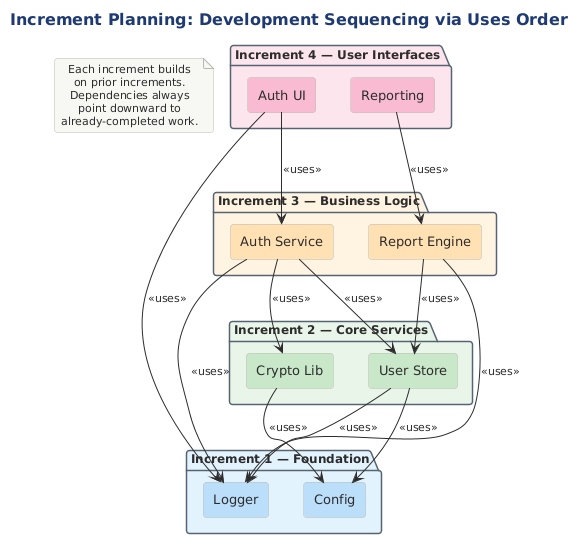
Notoriousjayy/latex-docs keeps this PlantUML diagram as src/architecture/views-and-beyond/style-catalogs/module/uses-style/png/increment-planning-dev-sequencing-via-uses.png. Above is the earlier version.
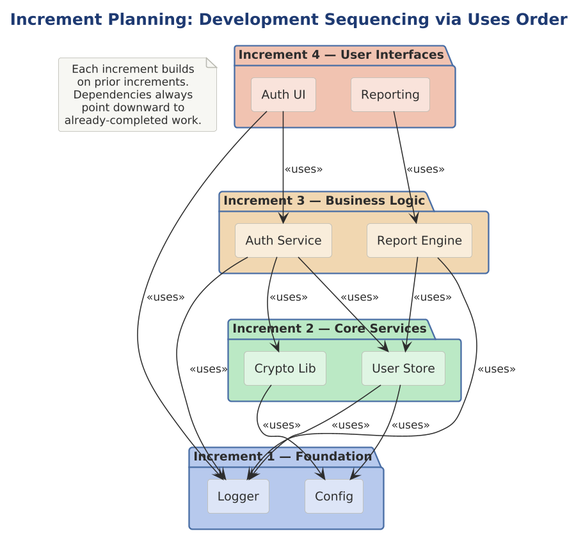
Above is the later version.

Diff of the diagram source:
```diff
@@ -1,32 +1,32 @@
 @startuml
 
-skinparam RectangleBorderColor #2C3E50
+skinparam dpi 150
+
+
+
+
 !include ../../../../../../tooling/styles/plantuml/structural/package-diagram-style.iuml
-
-skinparam RectangleFontSize 13
-skinparam PackageBorderColor #566573
-skinparam PackageBackgroundColor #FAFAFA
 
 title Increment Planning: Development Sequencing via Uses Order
 
-package "Increment 1 — Foundation" as I1 #E3F2FD {
-  rectangle "Config" as A #BBDEFB
-  rectangle "Logger" as B #BBDEFB
+package "Increment 1 — Foundation" as I1 $deep_primary {
+  rectangle "Config" as A $fill_primary
+  rectangle "Logger" as B $fill_primary
 }
 
-package "Increment 2 — Core Services" as I2 #E8F5E9 {
-  rectangle "User Store" as C #C8E6C9
-  rectangle "Crypto Lib" as D #C8E6C9
+package "Increment 2 — Core Services" as I2 $deep_ok {
+  rectangle "User Store" as C $fill_ok
+  rectangle "Crypto Lib" as D $fill_ok
 }
 
-package "Increment 3 — Business Logic" as I3 #FFF3E0 {
-  rectangle "Auth Service" as E #FFE0B2
-  rectangle "Report Engine" as F #FFE0B2
+package "Increment 3 — Business Logic" as I3 $deep_caution {
+  rectangle "Auth Service" as E $fill_caution
+  rectangle "Report Engine" as F $fill_caution
 }
 
-package "Increment 4 — User Interfaces" as I4 #FCE4EC {
-  rectangle "Auth UI" as G #F8BBD0
-  rectangle "Reporting" as H #F8BBD0
+package "Increment 4 — User Interfaces" as I4 $deep_invalid {
+  rectangle "Auth UI" as G $fill_invalid
+  rectangle "Reporting" as H $fill_invalid
 }
 
 C -down-> A : <<uses>>
```
